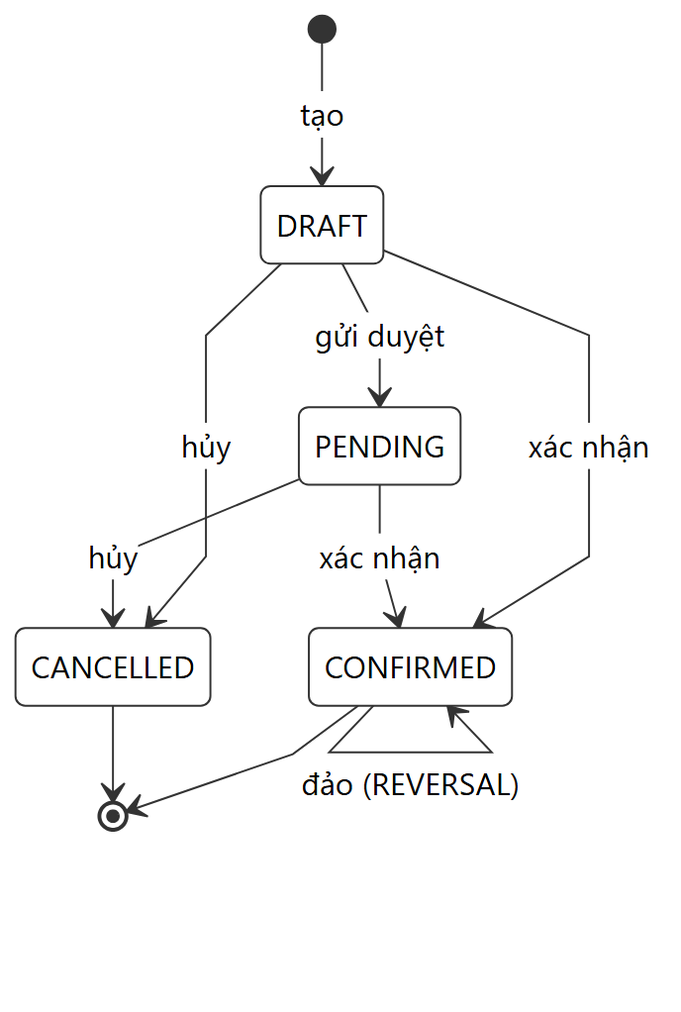
Earlier version of the Mermaid export docs/diagrams/29_3-3-2_chuc-nang-xuat-kho-goods-issue_state.png (nguyenthihongnhu-dotcom/luanvan2026). Its source is kept beside it as docs/diagrams/29_3-3-2_chuc-nang-xuat-kho-goods-issue_state.mmd. The source it was exported from:
```mermaid
stateDiagram-v2
    [*] --> DRAFT: tạo
    DRAFT --> PENDING: gửi duyệt
    DRAFT --> CONFIRMED: xác nhận
    PENDING --> CONFIRMED: xác nhận
    DRAFT --> CANCELLED: hủy
    PENDING --> CANCELLED: hủy
    CONFIRMED --> CONFIRMED: đảo (REVERSAL)
    CONFIRMED --> [*]
    CANCELLED --> [*]
```
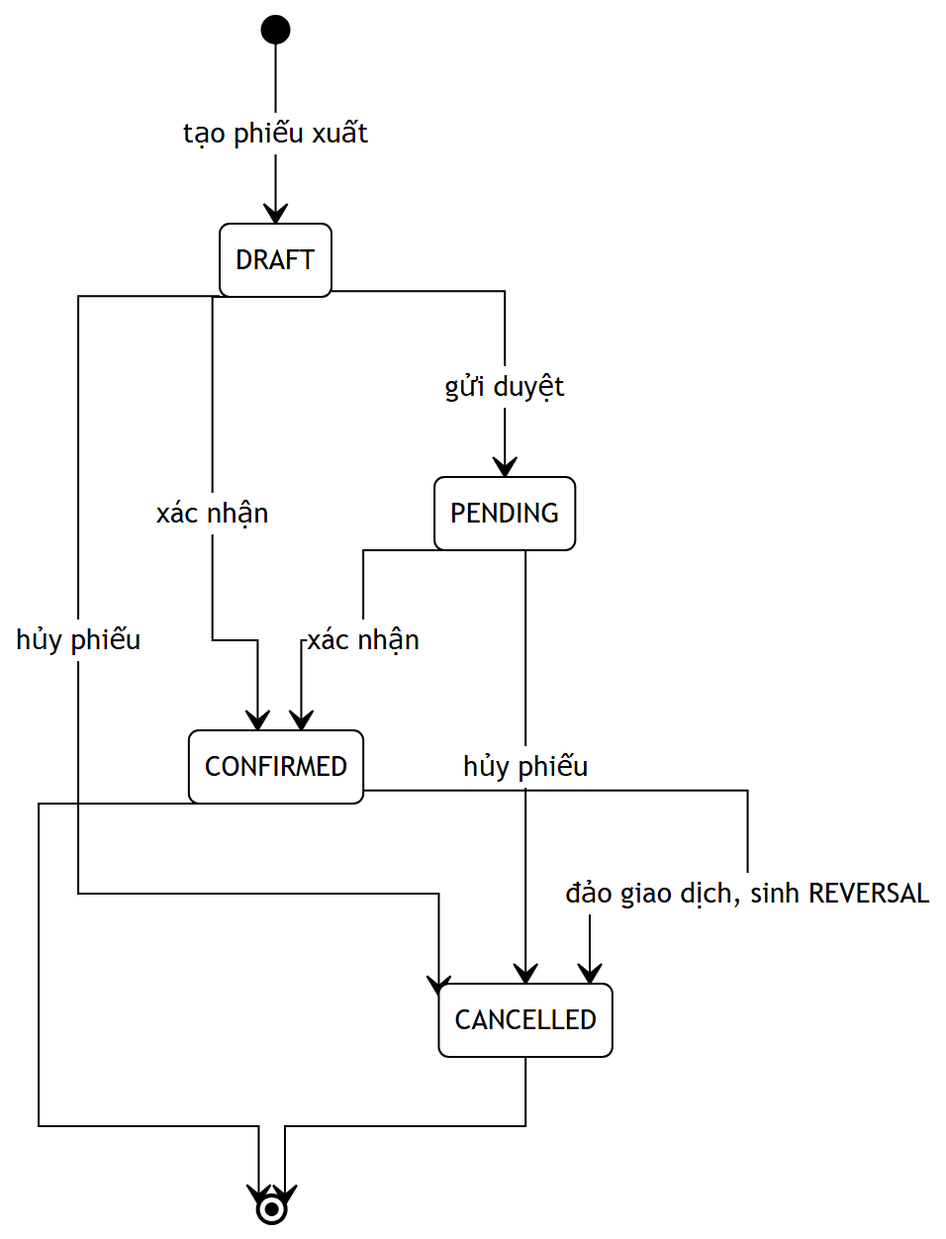
After the commit.

What changed in the source:
```diff
@@ -1,10 +1,35 @@
+%%{init: {
+  'theme': 'base',
+  'themeVariables': {
+    'primaryColor': '#ffffff',
+    'primaryBorderColor': '#000000',
+    'primaryTextColor': '#000000',
+    'secondaryColor': '#ffffff',
+    'secondaryBorderColor': '#000000',
+    'secondaryTextColor': '#000000',
+    'tertiaryColor': '#ffffff',
+    'tertiaryBorderColor': '#000000',
+    'tertiaryTextColor': '#000000',
+    'lineColor': '#000000',
+    'textColor': '#000000',
+    'mainBkg': '#ffffff',
+    'nodeBorder': '#000000',
+    'clusterBkg': '#ffffff',
+    'clusterBorder': '#000000',
+    'edgeLabelBackground': '#ffffff',
+    'fontSize': '14px',
+    'labelBackgroundColor': '#ffffff'
+  },
+  'flowchart': { 'curve': 'stepAfter', 'nodeSpacing': 60, 'rankSpacing': 70, 'padding': 12 },
+  'state': { 'padding': 12, 'useMaxWidth': false }
+}}%%
 stateDiagram-v2
-    [*] --> DRAFT: tạo
+    [*] --> DRAFT: tạo phiếu xuất
     DRAFT --> PENDING: gửi duyệt
     DRAFT --> CONFIRMED: xác nhận
+    DRAFT --> CANCELLED: hủy phiếu
     PENDING --> CONFIRMED: xác nhận
-    DRAFT --> CANCELLED: hủy
-    PENDING --> CANCELLED: hủy
-    CONFIRMED --> CONFIRMED: đảo (REVERSAL)
+    PENDING --> CANCELLED: hủy phiếu
+    CONFIRMED --> CANCELLED: đảo giao dịch, sinh REVERSAL
     CONFIRMED --> [*]
     CANCELLED --> [*]
```
